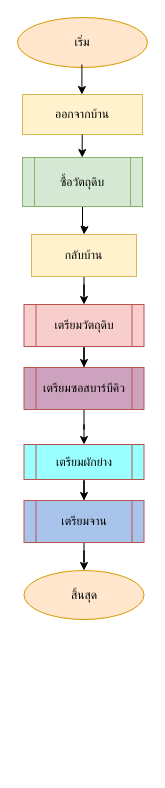
Pimpa1/ENGCC304 keeps this draw.io diagram as page "Page-1" (1 of 7) of Untitled Diagram.drawio. Above is the earlier version. Source tidied: cells renumbered, new cells numbered last; positions are measured from the earlier drawing's top-left corner, leaving out a move shared by most shapes. Both pictures are drawn from the tidied source at 100%, with x=0, y=0 at pixel (17, 17).
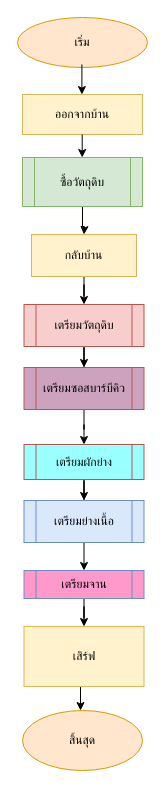
After the change.

The edit, as a diff of the source:
```diff
@@
-    <mxCell id="16" style="edgeStyle=orthogonalEdgeStyle;rounded=0;jettySize=auto;html=1;" parent="1" edge="1" source="17" target="18">
-      <mxGeometry relative="1" as="geometry" />
-    </mxCell>
+    <mxCell id="19" style="edgeStyle=orthogonalEdgeStyle;rounded=0;jettySize=auto;html=1;" parent="1" edge="1" source="17">
+      <mxGeometry relative="1" as="geometry">
+        <mxPoint x="66.5" y="553" as="targetPoint" />
+      </mxGeometry>
+    </mxCell>
-    <mxCell id="17" value="เตรียมจาน" style="shape=process;whiteSpace=wrap;html=1;backgroundOutline=1;fillColor=#A9C4EB;strokeColor=#b85450;rounded=0;" parent="1" vertex="1">
+    <mxCell id="17" value="เตรียมย่างเนื้อ" style="shape=process;whiteSpace=wrap;html=1;backgroundOutline=1;fillColor=#dae8fc;strokeColor=#6c8ebf;rounded=0;" parent="1" vertex="1">
       <mxGeometry x="6.5" y="483" width="120" height="42" as="geometry" />
     </mxCell>
+    <mxCell id="20" style="edgeStyle=orthogonalEdgeStyle;rounded=0;jettySize=auto;html=1;" parent="1" edge="1" target="18">
+      <mxGeometry relative="1" as="geometry">
+        <mxPoint x="63" y="644" as="sourcePoint" />
+        <Array as="points">
+          <mxPoint x="63" y="651" />
+          <mxPoint x="63" y="651" />
+        </Array>
+      </mxGeometry>
+    </mxCell>
     <mxCell id="18" value="สิ้นสุด" style="ellipse;whiteSpace=wrap;html=1;fillColor=#ffe6cc;strokeColor=#d79b00;rounded=0;" parent="1" vertex="1">
-      <mxGeometry x="6.5" y="553" width="120" height="49" as="geometry" />
+      <mxGeometry x="5" y="693" width="120" height="60" as="geometry" />
     </mxCell>
+    <mxCell id="21" style="edgeStyle=orthogonalEdgeStyle;rounded=0;jettySize=auto;html=1;" parent="1" edge="1" source="22" target="23">
+      <mxGeometry relative="1" as="geometry" />
+    </mxCell>
+    <mxCell id="22" value="เตรียมจาน" style="shape=process;whiteSpace=wrap;html=1;backgroundOutline=1;fillColor=#FF99CC;strokeColor=#6c8ebf;" parent="1" vertex="1">
+      <mxGeometry x="6.5" y="553" width="120" height="28" as="geometry" />
+    </mxCell>
+    <mxCell id="23" value="เสิร์ฟ" style="whiteSpace=wrap;html=1;fillColor=#fff2cc;strokeColor=#d6b656;" parent="1" vertex="1">
+      <mxGeometry x="6.5" y="609" width="120" height="60" as="geometry" />
+    </mxCell>
```
